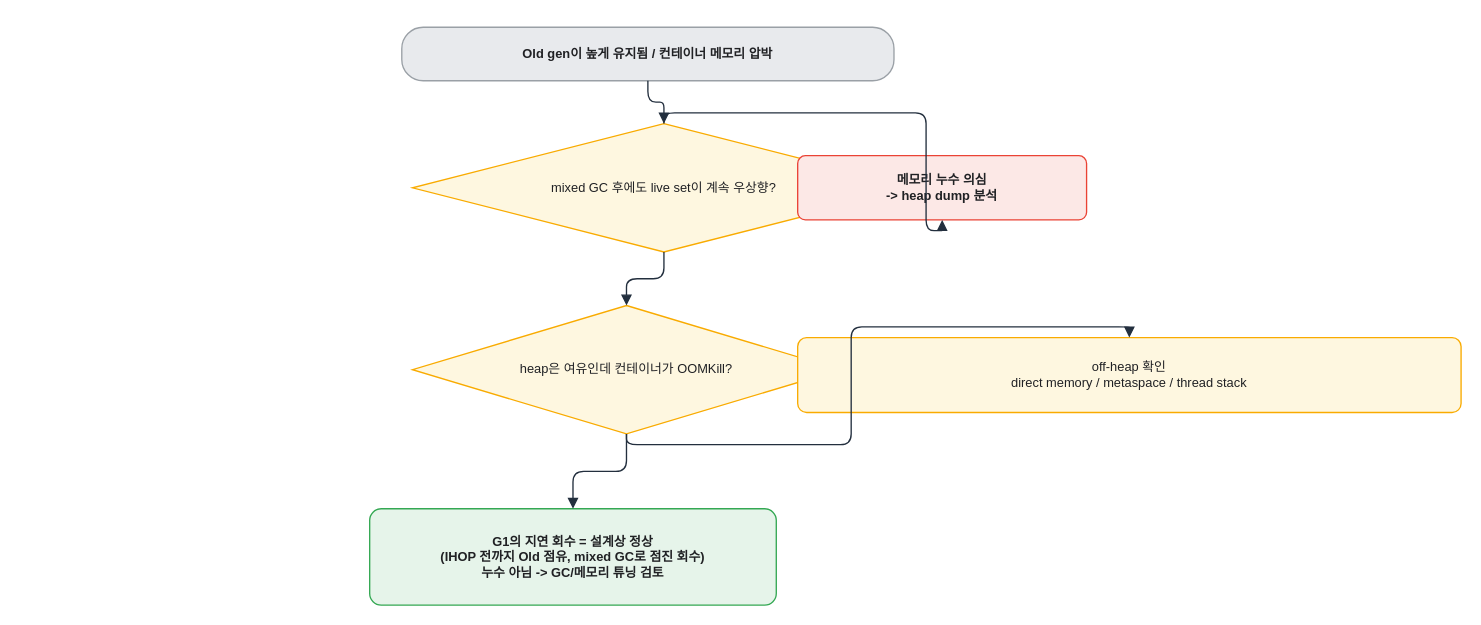
The draw.io diagram assets/img/jvm/jvm-11-capstone-diagnosis.drawio in KKamJi98/kkamji98.github.io, before the edit. Source tidied: cells renumbered, new cells numbered last; positions are measured from the earlier drawing's top-left corner, leaving out a move shared by most shapes. Both pictures are drawn from the tidied source at 107%, with x=0, y=0 at pixel (369, 27).
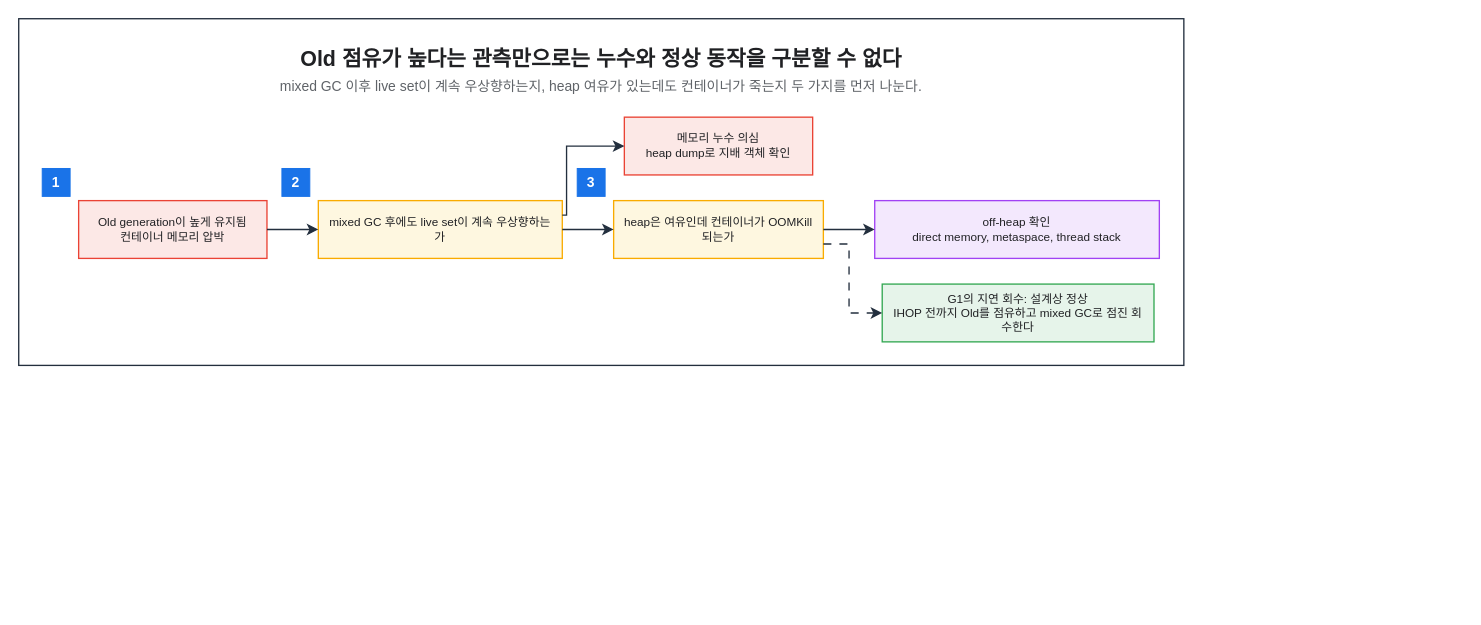
The same diagram, later.

The edit, as a diff of the source:
```diff
@@
+    <mxCell id="13" style="rounded=0;html=0;fillColor=none;strokeColor=#232F3E;fontColor=#202124;strokeWidth=1.25;" parent="1" vertex="1">
+      <mxGeometry x="-328" y="-8" width="1088.9" height="324" as="geometry" />
+    </mxCell>
+    <mxCell id="14" value="Old 점유가 높다는 관측만으로는 누수와 정상 동작을 구분할 수 없다" style="text;html=0;whiteSpace=wrap;fillColor=none;strokeColor=none;fontColor=#202124;fontSize=20;fontStyle=1;align=center;verticalAlign=middle;" parent="1" vertex="1">
+      <mxGeometry x="-306" y="14" width="1044.9" height="30" as="geometry" />
+    </mxCell>
+    <mxCell id="15" value="mixed GC 이후 live set이 계속 우상향하는지, heap 여유가 있는데도 컨테이너가 죽는지 두 가지를 먼저 나눈다." style="text;html=0;whiteSpace=wrap;fillColor=none;strokeColor=none;fontColor=#5F6368;fontSize=13;fontStyle=0;align=center;verticalAlign=middle;" parent="1" vertex="1">
+      <mxGeometry x="-306" y="44" width="1044.9" height="22" as="geometry" />
+    </mxCell>
-    <mxCell id="2" value="Old gen이 높게 유지됨 / 컨테이너 메모리 압박" style="rounded=1;whiteSpace=wrap;html=0;arcSize=40;shadow=0;fillColor=#E8EAED;strokeColor=#9AA0A6;fontColor=#202124;fontStyle=1;strokeWidth=1.25;" parent="1" vertex="1">
-      <mxGeometry x="30" width="460" height="50" as="geometry" />
+    <mxCell id="2" value="Old generation이 높게 유지됨&#10;컨테이너 메모리 압박" style="rounded=0;whiteSpace=wrap;html=0;fillColor=#FCE8E6;strokeColor=#EA4335;fontColor=#202124;fontSize=11;fontStyle=0;align=center;verticalAlign=middle;spacingLeft=6;spacingRight=6;strokeWidth=1.25;" parent="1" vertex="1">
+      <mxGeometry x="-272" y="162" width="176" height="54" as="geometry" />
     </mxCell>
-    <mxCell id="3" value="mixed GC 후에도 live set이 계속 우상향?" style="rhombus;whiteSpace=wrap;html=0;shadow=0;fillColor=#FEF7E0;strokeColor=#F9AB00;fontColor=#202124;strokeWidth=1.25;" parent="1" vertex="1">
-      <mxGeometry x="40" y="90" width="470" height="120" as="geometry" />
+    <mxCell id="3" value="mixed GC 후에도 live set이 계속 우상향하는가" style="rounded=0;whiteSpace=wrap;html=0;fillColor=#FEF7E0;strokeColor=#F9AB00;fontColor=#202124;fontSize=11;fontStyle=0;align=center;verticalAlign=middle;spacingLeft=6;spacingRight=6;strokeWidth=1.25;" parent="1" vertex="1">
+      <mxGeometry x="-48" y="162" width="228" height="54" as="geometry" />
     </mxCell>
-    <mxCell id="4" value="메모리 누수 의심&#10;-&gt; heap dump 분석" style="rounded=1;whiteSpace=wrap;html=0;arcSize=12;shadow=0;fillColor=#FCE8E6;strokeColor=#EA4335;fontColor=#202124;fontStyle=1;strokeWidth=1.25;" parent="1" vertex="1">
-      <mxGeometry x="400" y="120" width="270" height="60" as="geometry" />
+    <mxCell id="4" value="메모리 누수 의심&#10;heap dump로 지배 객체 확인" style="rounded=0;whiteSpace=wrap;html=0;fillColor=#FCE8E6;strokeColor=#EA4335;fontColor=#202124;fontSize=11;fontStyle=0;align=center;verticalAlign=middle;spacingLeft=6;spacingRight=6;strokeWidth=1.25;" parent="1" vertex="1">
+      <mxGeometry x="238" y="84" width="176" height="54" as="geometry" />
     </mxCell>
-    <mxCell id="5" value="heap은 여유인데 컨테이너가 OOMKill?" style="rhombus;whiteSpace=wrap;html=0;shadow=0;fillColor=#FEF7E0;strokeColor=#F9AB00;fontColor=#202124;strokeWidth=1.25;" parent="1" vertex="1">
-      <mxGeometry x="40" y="260" width="400" height="120" as="geometry" />
+    <mxCell id="5" value="heap은 여유인데 컨테이너가 OOMKill되는가" style="rounded=0;whiteSpace=wrap;html=0;fillColor=#FEF7E0;strokeColor=#F9AB00;fontColor=#202124;fontSize=11;fontStyle=0;align=center;verticalAlign=middle;spacingLeft=6;spacingRight=6;strokeWidth=1.25;" parent="1" vertex="1">
+      <mxGeometry x="228" y="162" width="196" height="54" as="geometry" />
     </mxCell>
-    <mxCell id="6" value="off-heap 확인&#10;direct memory / metaspace / thread stack" style="rounded=1;whiteSpace=wrap;html=0;arcSize=12;shadow=0;fillColor=#FEF7E0;strokeColor=#F9AB00;fontColor=#202124;strokeWidth=1.25;" parent="1" vertex="1">
-      <mxGeometry x="400" y="290" width="620" height="70" as="geometry" />
+    <mxCell id="6" value="off-heap 확인&#10;direct memory, metaspace, thread stack" style="rounded=0;whiteSpace=wrap;html=0;fillColor=#F3E8FD;strokeColor=#A142F4;fontColor=#202124;fontSize=11;fontStyle=0;align=center;verticalAlign=middle;spacingLeft=6;spacingRight=6;strokeWidth=1.25;" parent="1" vertex="1">
+      <mxGeometry x="472" y="162" width="266" height="54" as="geometry" />
     </mxCell>
-    <mxCell id="7" value="G1의 지연 회수 = 설계상 정상&#10;(IHOP 전까지 Old 점유, mixed GC로 점진 회수)&#10;누수 아님 -&gt; GC/메모리 튜닝 검토" style="rounded=1;whiteSpace=wrap;html=0;arcSize=12;shadow=0;fillColor=#E6F4EA;strokeColor=#34A853;fontColor=#202124;fontStyle=1;strokeWidth=1.25;" parent="1" vertex="1">
-      <mxGeometry y="450" width="380" height="90" as="geometry" />
+    <mxCell id="7" value="G1의 지연 회수: 설계상 정상&#10;IHOP 전까지 Old를 점유하고 mixed GC로 점진 회수한다" style="rounded=0;whiteSpace=wrap;html=0;fillColor=#E6F4EA;strokeColor=#34A853;fontColor=#202124;fontSize=11;fontStyle=0;align=center;verticalAlign=middle;spacingLeft=6;spacingRight=6;strokeWidth=1.25;" parent="1" vertex="1">
+      <mxGeometry x="479" y="240" width="254" height="54" as="geometry" />
     </mxCell>
+    <mxCell id="16" value="1" style="rounded=0;whiteSpace=wrap;html=0;fillColor=#1A73E8;strokeColor=#1A73E8;fontColor=#FFFFFF;fontSize=13;fontStyle=1;align=center;verticalAlign=middle;" parent="1" vertex="1">
+      <mxGeometry x="-306" y="132" width="26" height="26" as="geometry" />
+    </mxCell>
+    <mxCell id="17" value="2" style="rounded=0;whiteSpace=wrap;html=0;fillColor=#1A73E8;strokeColor=#1A73E8;fontColor=#FFFFFF;fontSize=13;fontStyle=1;align=center;verticalAlign=middle;" parent="1" vertex="1">
+      <mxGeometry x="-82" y="132" width="26" height="26" as="geometry" />
+    </mxCell>
+    <mxCell id="18" value="3" style="rounded=0;whiteSpace=wrap;html=0;fillColor=#1A73E8;strokeColor=#1A73E8;fontColor=#FFFFFF;fontSize=13;fontStyle=1;align=center;verticalAlign=middle;" parent="1" vertex="1">
+      <mxGeometry x="194" y="132" width="26" height="26" as="geometry" />
+    </mxCell>
-    <mxCell id="8" style="edgeStyle=orthogonalEdgeStyle;rounded=1;html=0;endArrow=block;strokeColor=#232F3E;strokeWidth=1.25;endSize=7;fontColor=#202124;" parent="1" edge="1" source="2" target="3">
+    <mxCell id="8" style="edgeStyle=orthogonalEdgeStyle;rounded=0;html=0;strokeColor=#232F3E;strokeWidth=1.25;endArrow=classic;endFill=1;endSize=7;fontSize=11;fontColor=#202124;labelBackgroundColor=none;jettySize=14;exitX=1;exitY=0.5;entryX=0;entryY=0.5;exitDx=0;exitDy=0;entryDx=0;entryDy=0;" parent="1" edge="1" source="2" target="3">
       <mxGeometry relative="1" as="geometry" />
     </mxCell>
-    <mxCell id="9" style="edgeStyle=orthogonalEdgeStyle;rounded=1;html=0;endArrow=block;strokeColor=#232F3E;fontColor=#202124;labelBackgroundColor=none;strokeWidth=1.25;endSize=7;" parent="1" edge="1" source="3" target="4">
-      <mxGeometry relative="1" as="geometry" />
+    <mxCell id="9" style="edgeStyle=orthogonalEdgeStyle;rounded=0;html=0;strokeColor=#232F3E;strokeWidth=1.25;endArrow=classic;endFill=1;endSize=7;fontSize=11;fontColor=#202124;labelBackgroundColor=none;jettySize=14;exitX=1;exitY=0.25;entryX=0;entryY=0.5;exitDx=0;exitDy=0;entryDx=0;entryDy=0;" parent="1" edge="1" source="3" target="4">
+      <mxGeometry relative="1" as="geometry">
+        <Array as="points">
+          <mxPoint x="184" y="175.5" />
+          <mxPoint x="184" y="111" />
+        </Array>
+      </mxGeometry>
     </mxCell>
-    <mxCell id="10" style="edgeStyle=orthogonalEdgeStyle;rounded=1;html=0;endArrow=block;strokeColor=#232F3E;fontColor=#202124;labelBackgroundColor=none;strokeWidth=1.25;endSize=7;" parent="1" edge="1" source="3" target="5">
+    <mxCell id="10" style="edgeStyle=orthogonalEdgeStyle;rounded=0;html=0;strokeColor=#232F3E;strokeWidth=1.25;endArrow=classic;endFill=1;endSize=7;fontSize=11;fontColor=#202124;labelBackgroundColor=none;jettySize=14;exitX=1;exitY=0.5;entryX=0;entryY=0.5;exitDx=0;exitDy=0;entryDx=0;entryDy=0;" parent="1" edge="1" source="3" target="5">
       <mxGeometry relative="1" as="geometry" />
     </mxCell>
-    <mxCell id="11" style="edgeStyle=orthogonalEdgeStyle;rounded=1;html=0;endArrow=block;strokeColor=#232F3E;fontColor=#202124;labelBackgroundColor=none;strokeWidth=1.25;endSize=7;" parent="1" edge="1" source="5" target="6">
+    <mxCell id="11" style="edgeStyle=orthogonalEdgeStyle;rounded=0;html=0;strokeColor=#232F3E;strokeWidth=1.25;endArrow=classic;endFill=1;endSize=7;fontSize=11;fontColor=#202124;labelBackgroundColor=none;jettySize=14;exitX=1;exitY=0.5;entryX=0;entryY=0.5;exitDx=0;exitDy=0;entryDx=0;entryDy=0;" parent="1" edge="1" source="5" target="6">
       <mxGeometry relative="1" as="geometry" />
     </mxCell>
-    <mxCell id="12" style="edgeStyle=orthogonalEdgeStyle;rounded=1;html=0;endArrow=block;strokeColor=#232F3E;fontColor=#202124;labelBackgroundColor=none;strokeWidth=1.25;endSize=7;" parent="1" edge="1" source="5" target="7">
-      <mxGeometry relative="1" as="geometry" />
+    <mxCell id="12" style="edgeStyle=orthogonalEdgeStyle;rounded=0;html=0;strokeColor=#232F3E;strokeWidth=1.25;endArrow=classic;endFill=1;endSize=7;fontSize=11;fontColor=#202124;labelBackgroundColor=none;jettySize=14;dashed=1;dashPattern=6 6;exitX=1;exitY=0.75;entryX=0;entryY=0.5;exitDx=0;exitDy=0;entryDx=0;entryDy=0;" parent="1" edge="1" source="5" target="7">
+      <mxGeometry relative="1" as="geometry">
+        <Array as="points">
+          <mxPoint x="448" y="202.5" />
+          <mxPoint x="448" y="267" />
+        </Array>
+      </mxGeometry>
     </mxCell>
```
